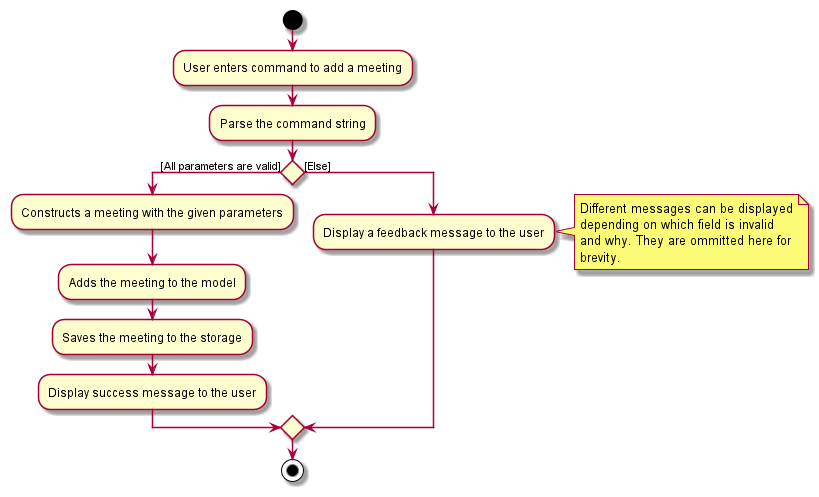
nus-cs2103-AY2021S2/tp keeps this PlantUML diagram as docs/images/AddMeetingActivityDiagram.png. Above is the earlier version. Its diagram source:
```plantuml
@startuml
start
:User enters command to add a meeting;

:Parse the command string;

if () then ([All parameters are valid])
    :Constructs a meeting with the given parameters;
    :Adds the meeting to the model;
    :Saves the meeting to the storage;
    :Display success message to the user;
else ([Else])
    :Display a feedback message to the user;
    note right
        Different messages can be displayed
        depending on which field is invalid
        and why. They are ommitted here for
        brevity.
    end note
endif
stop
@enduml
```
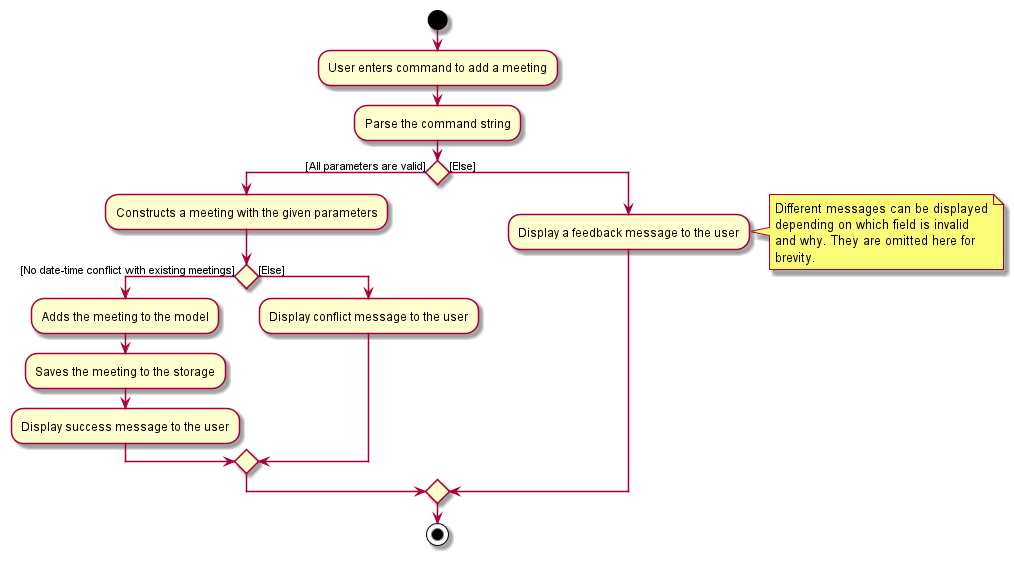
After the commit.

Commit message:
Complete findMeetingCommand activity diagram / Correct other activity diagram

The edit, as a diff of the source:
```diff
@@ -6,15 +6,19 @@
 
 if () then ([All parameters are valid])
     :Constructs a meeting with the given parameters;
-    :Adds the meeting to the model;
-    :Saves the meeting to the storage;
-    :Display success message to the user;
+    if () then ([No date-time conflict with existing meetings])
+        :Adds the meeting to the model;
+        :Saves the meeting to the storage;
+        :Display success message to the user;
+    else ([Else])
+        :Display conflict message to the user;
+    endif
 else ([Else])
     :Display a feedback message to the user;
     note right
         Different messages can be displayed
         depending on which field is invalid
-        and why. They are ommitted here for
+        and why. They are omitted here for
         brevity.
     end note
 endif
```
